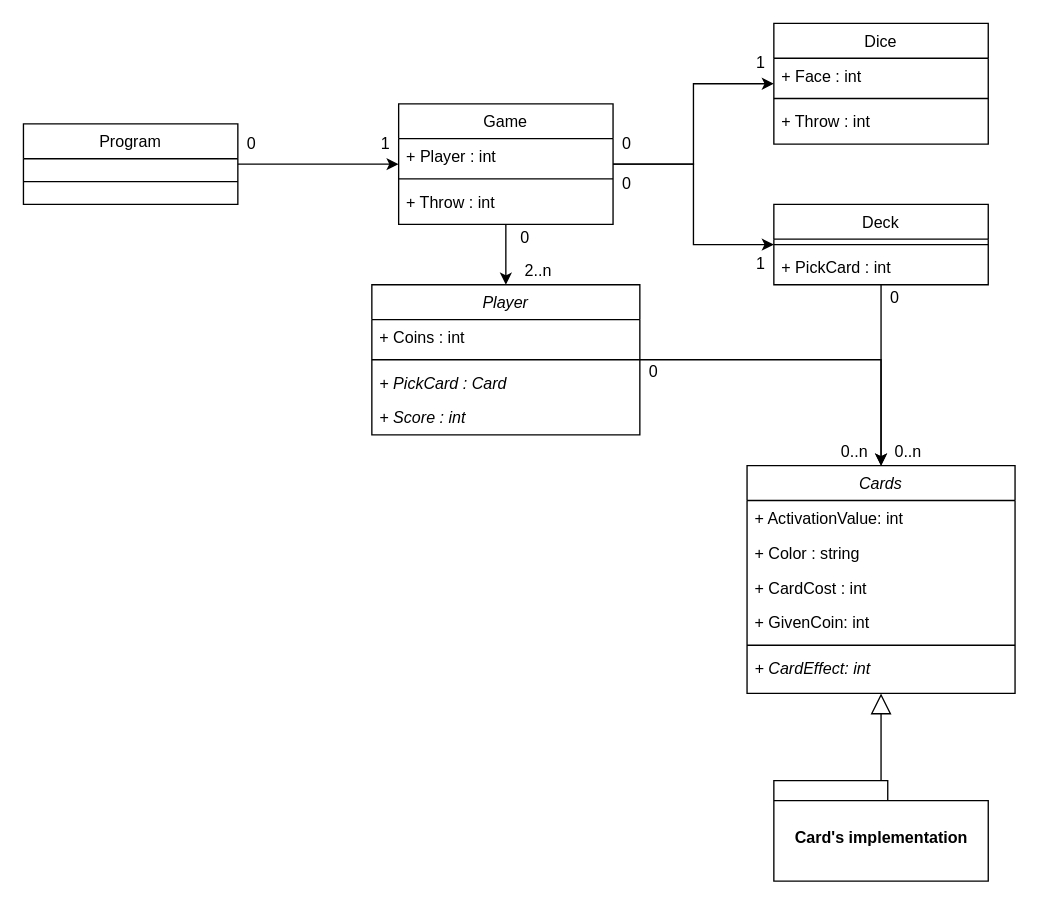
Earlier version of the draw.io diagram MiniVilleDiagramClass.drawio (Lucasross/MiniVilles). Source tidied: cells renumbered, new cells numbered last; positions are measured from the earlier drawing's top-left corner, leaving out a move shared by most shapes. Both pictures are drawn from the tidied source at 134%, with x=0, y=0 at pixel (23, 23).
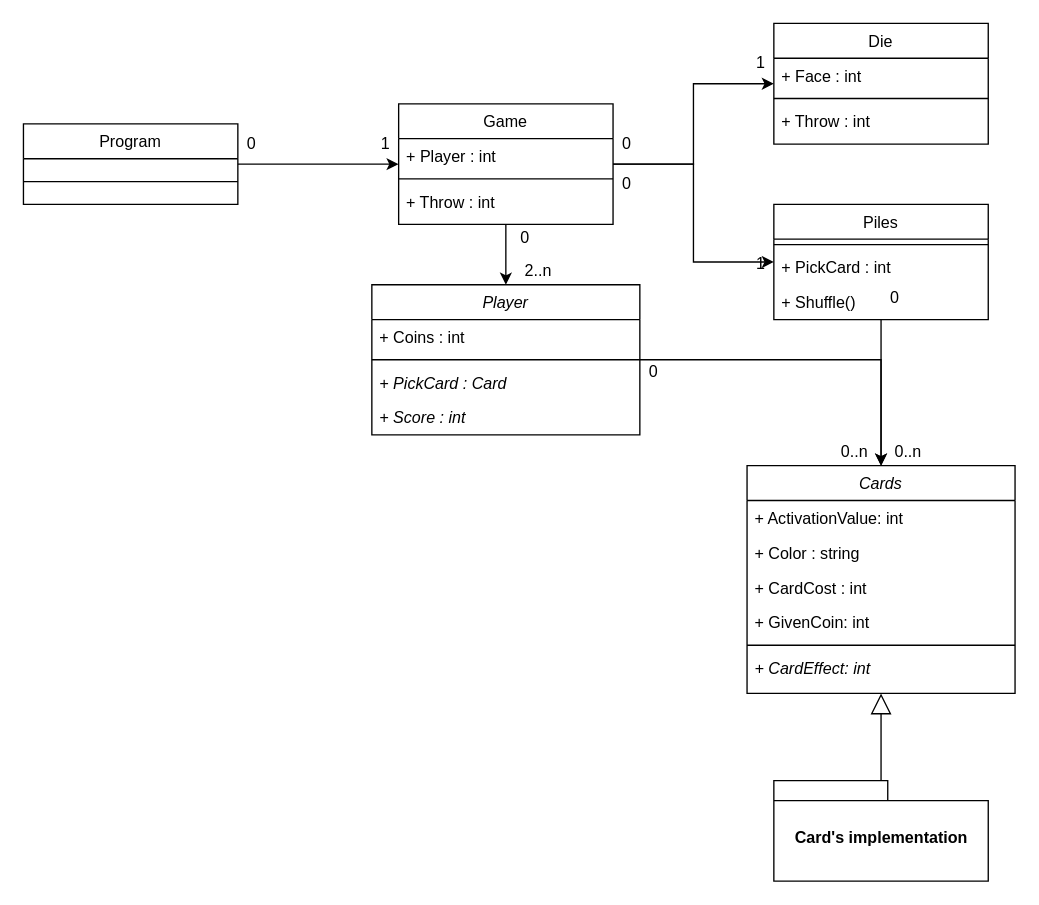
The same diagram, later.

Commit message:
Diagram Class update

What changed in the source:
```diff
@@
-    <mxCell id="16" value="Deck" style="swimlane;fontStyle=0;align=center;verticalAlign=top;horizontal=1;startSize=26;rounded=0;shadow=0;strokeWidth=1;" parent="1" vertex="1">
-      <mxGeometry x="560" y="135" width="160" height="60" as="geometry" />
+    <mxCell id="16" value="Piles" style="swimlane;fontStyle=0;align=center;verticalAlign=top;horizontal=1;startSize=26;rounded=0;shadow=0;strokeWidth=1;" parent="1" vertex="1">
+      <mxGeometry x="560" y="135" width="160" height="86" as="geometry" />
     </mxCell>
@@
+    <mxCell id="47" value="+ Shuffle()" style="text;align=left;verticalAlign=top;spacingLeft=4;spacingRight=4;overflow=hidden;" parent="16" vertex="1">
+      <mxGeometry y="60" width="160" height="26" as="geometry" />
+    </mxCell>
-    <mxCell id="19" value="Dice" style="swimlane;fontStyle=0;align=center;verticalAlign=top;horizontal=1;startSize=26;rounded=0;shadow=0;strokeWidth=1;" parent="1" vertex="1">
+    <mxCell id="19" value="Die" style="swimlane;fontStyle=0;align=center;verticalAlign=top;horizontal=1;startSize=26;rounded=0;shadow=0;strokeWidth=1;" parent="1" vertex="1">
       <mxGeometry x="560" width="160" height="90" as="geometry" />
     </mxCell>
```
